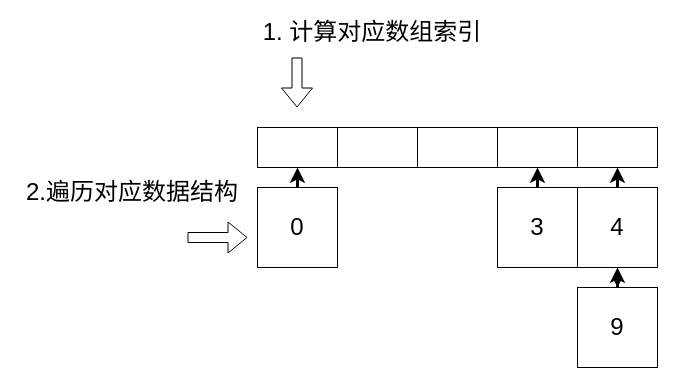
moonbitlang/moonbit-course keeps this draw.io diagram as course10/separate_chaining_op.drawio. Above is the earlier version. Source tidied: cells renumbered, new cells numbered last; positions are measured from the earlier drawing's top-left corner, leaving out a move shared by most shapes. Both pictures are drawn from the tidied source at 100%, with x=0, y=0 at pixel (17, 17).
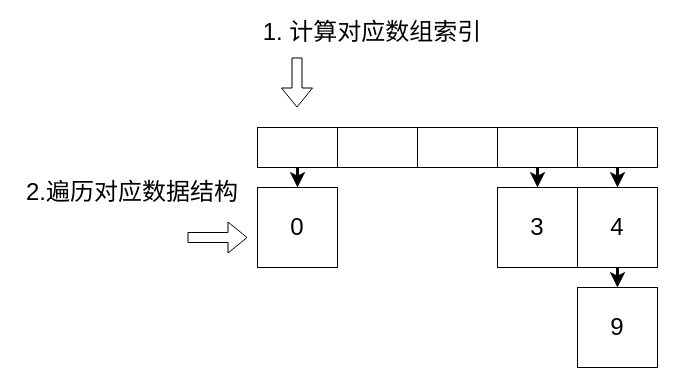
The same diagram, later.

The change refers to these unchanged cells:
```xml
<mxCell id="2" value="0" style="whiteSpace=wrap;html=1;fontSize=24;" parent="1" vertex="1">
  <mxGeometry x="240" y="170" width="80" height="80" as="geometry" />
</mxCell>
<mxCell id="4" value="3" style="whiteSpace=wrap;html=1;fontSize=24;" parent="1" vertex="1">
  <mxGeometry x="480" y="170" width="80" height="80" as="geometry" />
</mxCell>
<mxCell id="6" style="rounded=0;whiteSpace=wrap;html=1;" parent="1" vertex="1">
  <mxGeometry x="240" y="110" width="80" height="40" as="geometry" />
</mxCell>
<mxCell id="9" style="rounded=0;whiteSpace=wrap;html=1;" parent="1" vertex="1">
  <mxGeometry x="480" y="110" width="80" height="40" as="geometry" />
</mxCell>
<mxCell id="10" style="rounded=0;whiteSpace=wrap;html=1;" parent="1" vertex="1">
  <mxGeometry x="560" y="110" width="80" height="40" as="geometry" />
</mxCell>
<mxCell id="14" value="4" style="whiteSpace=wrap;html=1;fontSize=24;" parent="1" vertex="1">
  <mxGeometry x="560" y="170" width="80" height="80" as="geometry" />
</mxCell>
<mxCell id="16" value="9" style="whiteSpace=wrap;html=1;fontSize=24;" parent="1" vertex="1">
  <mxGeometry x="560" y="270" width="80" height="80" as="geometry" />
</mxCell>
```

The edit, as a diff of the source:
```diff
@@
-    <mxCell id="3" style="endArrow=classic;html=1;rounded=0;strokeWidth=3;" parent="1" edge="1" source="2">
-      <mxGeometry relative="1" as="geometry">
-        <mxPoint x="280" y="150" as="targetPoint" />
-      </mxGeometry>
+    <mxCell id="3" style="endArrow=classic;html=1;rounded=0;strokeWidth=3;entryX=0.5;entryY=0;entryDx=0;entryDy=0;exitX=0.5;exitY=1;exitDx=0;exitDy=0;" parent="1" edge="1" source="6" target="2">
+      <mxGeometry relative="1" as="geometry" />
     </mxCell>
@@
-    <mxCell id="5" style="endArrow=classic;html=1;rounded=0;strokeWidth=3;" parent="1" edge="1" source="4" target="9">
-      <mxGeometry relative="1" as="geometry" />
-    </mxCell>
@@
-    <mxCell id="13" style="edgeStyle=orthogonalEdgeStyle;rounded=0;jettySize=auto;html=1;" parent="1" edge="1" source="14" target="16">
-      <mxGeometry relative="1" as="geometry" />
-    </mxCell>
@@
-    <mxCell id="15" style="endArrow=classic;html=1;rounded=0;strokeWidth=3;" parent="1" edge="1" source="14" target="10">
-      <mxGeometry relative="1" as="geometry" />
-    </mxCell>
@@
-    <mxCell id="17" style="endArrow=classic;html=1;rounded=0;strokeWidth=3;" parent="1" edge="1" source="16">
-      <mxGeometry relative="1" as="geometry">
-        <mxPoint x="600" y="250" as="targetPoint" />
-      </mxGeometry>
-    </mxCell>
@@
+    <mxCell id="20" style="endArrow=classic;html=1;rounded=0;strokeWidth=3;entryX=0.5;entryY=0;entryDx=0;entryDy=0;exitX=0.5;exitY=1;exitDx=0;exitDy=0;" parent="1" edge="1" source="9" target="4">
+      <mxGeometry relative="1" as="geometry" />
+    </mxCell>
+    <mxCell id="21" style="endArrow=classic;html=1;rounded=0;strokeWidth=3;entryX=0.5;entryY=0;entryDx=0;entryDy=0;exitX=0.5;exitY=1;exitDx=0;exitDy=0;" parent="1" edge="1" source="10" target="14">
+      <mxGeometry relative="1" as="geometry" />
+    </mxCell>
+    <mxCell id="13" style="endArrow=classic;html=1;rounded=0;strokeWidth=3;entryX=0.5;entryY=0;entryDx=0;entryDy=0;exitX=0.5;exitY=1;exitDx=0;exitDy=0;" parent="1" edge="1" source="14" target="16">
+      <mxGeometry relative="1" as="geometry" />
+    </mxCell>
```
